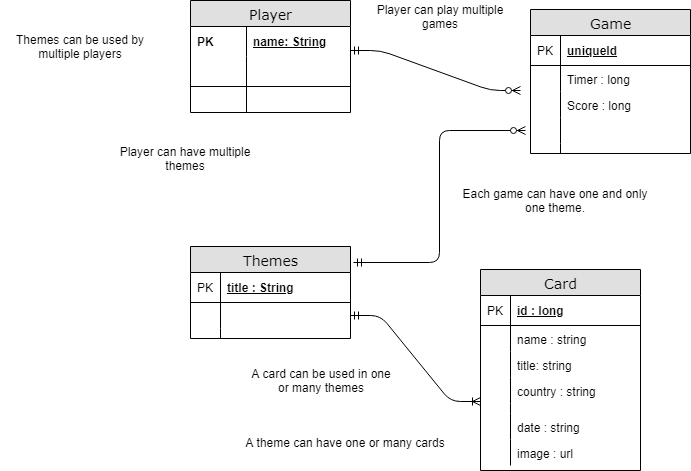
The draw.io diagram docs/memory-match-erd.png in DBrittonLinebarger/ArtGalleryMemoryMatch, before a commit. Source tidied: cells renumbered, new cells last; positions are measured from the earlier drawing's top-left corner, leaving out a move shared by most shapes.
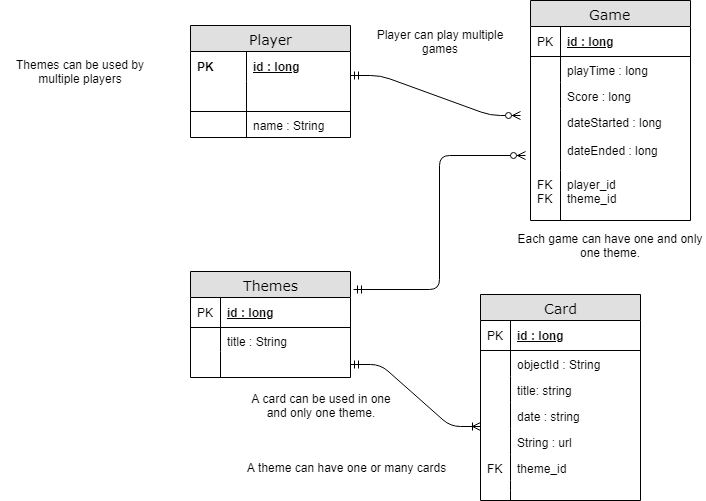
The same file after the commit.

The edit, as a diff of the source:
```diff
@@ -5,7 +5,7 @@
     <mxCell id="2" value="Player" style="swimlane;html=1;fontStyle=0;horizontal=1;startSize=26;fillColor=#e0e0e0;swimlaneFillColor=#ffffff;align=center;rounded=0;shadow=0;comic=0;labelBackgroundColor=none;strokeColor=#000000;strokeWidth=1;fontFamily=Verdana;fontSize=14;fontColor=#000000;" parent="1" vertex="1">
       <mxGeometry x="190" width="160" height="112" as="geometry" />
     </mxCell>
-    <mxCell id="3" value="name: String" style="shape=partialRectangle;top=0;left=0;right=0;bottom=0;html=1;align=left;verticalAlign=middle;fillColor=none;spacingLeft=60;spacingRight=4;whiteSpace=wrap;overflow=hidden;fontStyle=5;" parent="2" vertex="1">
+    <mxCell id="3" value="id : long" style="shape=partialRectangle;top=0;left=0;right=0;bottom=0;html=1;align=left;verticalAlign=middle;fillColor=none;spacingLeft=60;spacingRight=4;whiteSpace=wrap;overflow=hidden;fontStyle=5;" parent="2" vertex="1">
       <mxGeometry y="26" width="160" height="30" as="geometry" />
     </mxCell>
     <mxCell id="4" value="PK" style="shape=partialRectangle;fontStyle=1;top=0;left=0;bottom=0;html=1;fillColor=none;align=left;verticalAlign=middle;spacingLeft=4;spacingRight=4;whiteSpace=wrap;overflow=hidden;" parent="3" vertex="1">
@@ -17,22 +17,22 @@
     <mxCell id="6" style="shape=partialRectangle;fontStyle=1;top=0;left=0;bottom=0;html=1;fillColor=none;align=left;verticalAlign=middle;spacingLeft=4;spacingRight=4;whiteSpace=wrap;overflow=hidden;" parent="5" vertex="1">
       <mxGeometry width="56" height="30" as="geometry" />
     </mxCell>
-    <mxCell id="7" style="shape=partialRectangle;top=0;left=0;right=0;bottom=0;html=1;align=left;verticalAlign=top;fillColor=none;spacingLeft=60;spacingRight=4;whiteSpace=wrap;overflow=hidden;" parent="2" vertex="1">
+    <mxCell id="7" value="name : String" style="shape=partialRectangle;top=0;left=0;right=0;bottom=0;html=1;align=left;verticalAlign=top;fillColor=none;spacingLeft=60;spacingRight=4;whiteSpace=wrap;overflow=hidden;" parent="2" vertex="1">
       <mxGeometry y="86" width="160" height="26" as="geometry" />
     </mxCell>
     <mxCell id="8" style="shape=partialRectangle;top=0;left=0;bottom=0;html=1;fillColor=none;align=left;verticalAlign=top;spacingLeft=4;spacingRight=4;whiteSpace=wrap;overflow=hidden;" parent="7" vertex="1">
       <mxGeometry width="56" height="26" as="geometry" />
     </mxCell>
     <mxCell id="9" value="Game" style="swimlane;html=1;fontStyle=0;horizontal=1;startSize=26;fillColor=#e0e0e0;swimlaneFillColor=#ffffff;align=center;rounded=0;shadow=0;comic=0;labelBackgroundColor=none;strokeColor=#000000;strokeWidth=1;fontFamily=Verdana;fontSize=14;fontColor=#000000;swimlaneLine=1;" parent="1" vertex="1">
-      <mxGeometry x="530" y="9" width="160" height="144" as="geometry" />
+      <mxGeometry x="530" y="-25" width="160" height="220" as="geometry" />
     </mxCell>
-    <mxCell id="10" value="uniqueId" style="shape=partialRectangle;top=0;left=0;right=0;bottom=1;html=1;align=left;verticalAlign=middle;fillColor=none;spacingLeft=34;spacingRight=4;whiteSpace=wrap;overflow=hidden;fontStyle=5;" parent="9" vertex="1">
+    <mxCell id="10" value="id : long" style="shape=partialRectangle;top=0;left=0;right=0;bottom=1;html=1;align=left;verticalAlign=middle;fillColor=none;spacingLeft=34;spacingRight=4;whiteSpace=wrap;overflow=hidden;fontStyle=5;" parent="9" vertex="1">
       <mxGeometry y="26" width="160" height="30" as="geometry" />
     </mxCell>
     <mxCell id="11" value="PK" style="shape=partialRectangle;top=0;left=0;bottom=0;html=1;fillColor=none;align=left;verticalAlign=middle;spacingLeft=4;spacingRight=4;whiteSpace=wrap;overflow=hidden;" parent="10" vertex="1">
       <mxGeometry width="30" height="30" as="geometry" />
     </mxCell>
-    <mxCell id="12" value="Timer : long" style="shape=partialRectangle;top=0;left=0;right=0;bottom=0;html=1;align=left;verticalAlign=top;fillColor=none;spacingLeft=34;spacingRight=4;whiteSpace=wrap;overflow=hidden;" parent="9" vertex="1">
+    <mxCell id="12" value="playTime : long" style="shape=partialRectangle;top=0;left=0;right=0;bottom=0;html=1;align=left;verticalAlign=top;fillColor=none;spacingLeft=34;spacingRight=4;whiteSpace=wrap;overflow=hidden;" parent="9" vertex="1">
       <mxGeometry y="56" width="160" height="26" as="geometry" />
     </mxCell>
     <mxCell id="13" style="shape=partialRectangle;top=0;left=0;bottom=0;html=1;fillColor=none;align=left;verticalAlign=top;spacingLeft=4;spacingRight=4;whiteSpace=wrap;overflow=hidden;" parent="12" vertex="1">
@@ -44,41 +44,41 @@
     <mxCell id="15" style="shape=partialRectangle;top=0;left=0;bottom=0;html=1;fillColor=none;align=left;verticalAlign=top;spacingLeft=4;spacingRight=4;whiteSpace=wrap;overflow=hidden;" parent="14" vertex="1">
       <mxGeometry width="30" height="26" as="geometry" />
     </mxCell>
-    <mxCell id="16" style="shape=partialRectangle;top=0;left=0;right=0;bottom=0;html=1;align=left;verticalAlign=top;fillColor=none;spacingLeft=34;spacingRight=4;whiteSpace=wrap;overflow=hidden;" parent="9" vertex="1">
-      <mxGeometry y="108" width="160" height="26" as="geometry" />
+    <mxCell id="16" value="dateStarted : long&lt;br&gt;&lt;br&gt;dateEnded : long&lt;br&gt;" style="shape=partialRectangle;top=0;left=0;right=0;bottom=0;html=1;align=left;verticalAlign=top;fillColor=none;spacingLeft=34;spacingRight=4;whiteSpace=wrap;overflow=hidden;" parent="9" vertex="1">
+      <mxGeometry y="108" width="160" height="62" as="geometry" />
     </mxCell>
     <mxCell id="17" style="shape=partialRectangle;top=0;left=0;bottom=0;html=1;fillColor=none;align=left;verticalAlign=top;spacingLeft=4;spacingRight=4;whiteSpace=wrap;overflow=hidden;" parent="16" vertex="1">
-      <mxGeometry width="30" height="26" as="geometry" />
+      <mxGeometry width="30" height="62" as="geometry" />
     </mxCell>
-    <mxCell id="18" style="shape=partialRectangle;top=0;left=0;right=0;bottom=0;html=1;align=left;verticalAlign=top;fillColor=none;spacingLeft=34;spacingRight=4;whiteSpace=wrap;overflow=hidden;" parent="9" vertex="1">
-      <mxGeometry y="134" width="160" height="10" as="geometry" />
+    <mxCell id="18" value="player_id&lt;br&gt;theme_id&lt;br&gt;" style="shape=partialRectangle;top=0;left=0;right=0;bottom=0;html=1;align=left;verticalAlign=top;fillColor=none;spacingLeft=34;spacingRight=4;whiteSpace=wrap;overflow=hidden;" parent="9" vertex="1">
+      <mxGeometry y="170" width="160" height="50" as="geometry" />
     </mxCell>
-    <mxCell id="19" style="shape=partialRectangle;top=0;left=0;bottom=0;html=1;fillColor=none;align=left;verticalAlign=top;spacingLeft=4;spacingRight=4;whiteSpace=wrap;overflow=hidden;" parent="18" vertex="1">
-      <mxGeometry width="30" height="10" as="geometry" />
+    <mxCell id="19" value="FK&amp;nbsp;&lt;br&gt;FK&lt;br&gt;" style="shape=partialRectangle;top=0;left=0;bottom=0;html=1;fillColor=none;align=left;verticalAlign=top;spacingLeft=4;spacingRight=4;whiteSpace=wrap;overflow=hidden;" parent="18" vertex="1">
+      <mxGeometry width="30" height="50" as="geometry" />
     </mxCell>
     <mxCell id="20" value="Themes" style="swimlane;html=1;fontStyle=0;horizontal=1;startSize=26;fillColor=#e0e0e0;swimlaneFillColor=#ffffff;align=center;rounded=0;shadow=0;comic=0;labelBackgroundColor=none;strokeColor=#000000;strokeWidth=1;fontFamily=Verdana;fontSize=14;fontColor=#000000;" parent="1" vertex="1">
-      <mxGeometry x="190" y="246" width="160" height="92" as="geometry" />
+      <mxGeometry x="190" y="246" width="160" height="106" as="geometry" />
     </mxCell>
-    <mxCell id="21" value="title : String" style="shape=partialRectangle;top=0;left=0;right=0;bottom=1;html=1;align=left;verticalAlign=middle;fillColor=none;spacingLeft=34;spacingRight=4;whiteSpace=wrap;overflow=hidden;fontStyle=5;" parent="20" vertex="1">
+    <mxCell id="21" value="id : long" style="shape=partialRectangle;top=0;left=0;right=0;bottom=1;html=1;align=left;verticalAlign=middle;fillColor=none;spacingLeft=34;spacingRight=4;whiteSpace=wrap;overflow=hidden;fontStyle=5;" parent="20" vertex="1">
       <mxGeometry y="26" width="160" height="30" as="geometry" />
     </mxCell>
     <mxCell id="22" value="PK" style="shape=partialRectangle;top=0;left=0;bottom=0;html=1;fillColor=none;align=left;verticalAlign=middle;spacingLeft=4;spacingRight=4;whiteSpace=wrap;overflow=hidden;" parent="21" vertex="1">
       <mxGeometry width="30" height="30" as="geometry" />
     </mxCell>
+    <mxCell id="25" value="title : String" style="shape=partialRectangle;top=0;left=0;right=0;bottom=0;html=1;align=left;verticalAlign=top;fillColor=none;spacingLeft=34;spacingRight=4;whiteSpace=wrap;overflow=hidden;" parent="20" vertex="1">
+      <mxGeometry y="56" width="160" height="24" as="geometry" />
+    </mxCell>
+    <mxCell id="26" style="shape=partialRectangle;top=0;left=0;bottom=0;html=1;fillColor=none;align=left;verticalAlign=top;spacingLeft=4;spacingRight=4;whiteSpace=wrap;overflow=hidden;" parent="25" vertex="1">
+      <mxGeometry width="30" height="24" as="geometry" />
+    </mxCell>
     <mxCell id="23" style="shape=partialRectangle;top=0;left=0;right=0;bottom=0;html=1;align=left;verticalAlign=top;fillColor=none;spacingLeft=34;spacingRight=4;whiteSpace=wrap;overflow=hidden;points=[[0,0.5],[1,0.5]];portConstraint=eastwest;" parent="20" vertex="1">
-      <mxGeometry y="56" width="160" height="26" as="geometry" />
+      <mxGeometry y="80" width="160" height="26" as="geometry" />
     </mxCell>
     <mxCell id="24" style="shape=partialRectangle;top=0;left=0;bottom=0;html=1;fillColor=none;align=left;verticalAlign=top;spacingLeft=4;spacingRight=4;whiteSpace=wrap;overflow=hidden;" parent="23" vertex="1">
       <mxGeometry width="30" height="26" as="geometry" />
     </mxCell>
-    <mxCell id="25" style="shape=partialRectangle;top=0;left=0;right=0;bottom=0;html=1;align=left;verticalAlign=top;fillColor=none;spacingLeft=34;spacingRight=4;whiteSpace=wrap;overflow=hidden;" parent="20" vertex="1">
-      <mxGeometry y="82" width="160" height="10" as="geometry" />
-    </mxCell>
-    <mxCell id="26" style="shape=partialRectangle;top=0;left=0;bottom=0;html=1;fillColor=none;align=left;verticalAlign=top;spacingLeft=4;spacingRight=4;whiteSpace=wrap;overflow=hidden;" parent="25" vertex="1">
-      <mxGeometry width="30" height="10" as="geometry" />
-    </mxCell>
     <mxCell id="27" value="Card" style="swimlane;html=1;fontStyle=0;horizontal=1;startSize=26;fillColor=#e0e0e0;swimlaneFillColor=#ffffff;align=center;rounded=0;shadow=0;comic=0;labelBackgroundColor=none;strokeColor=#000000;strokeWidth=1;fontFamily=Verdana;fontSize=14;fontColor=#000000;" parent="1" vertex="1">
-      <mxGeometry x="480" y="269" width="160" height="201" as="geometry" />
+      <mxGeometry x="480" y="269" width="160" height="206" as="geometry" />
     </mxCell>
     <mxCell id="28" value="id : long" style="shape=partialRectangle;top=0;left=0;right=0;bottom=1;html=1;align=left;verticalAlign=middle;fillColor=none;spacingLeft=34;spacingRight=4;whiteSpace=wrap;overflow=hidden;fontStyle=5;" parent="27" vertex="1">
       <mxGeometry y="26" width="160" height="30" as="geometry" />
@@ -86,7 +86,7 @@
     <mxCell id="29" value="PK" style="shape=partialRectangle;top=0;left=0;bottom=0;html=1;fillColor=none;align=left;verticalAlign=middle;spacingLeft=4;spacingRight=4;whiteSpace=wrap;overflow=hidden;" parent="28" vertex="1">
       <mxGeometry width="30" height="30" as="geometry" />
     </mxCell>
-    <mxCell id="30" value="name : string" style="shape=partialRectangle;top=0;left=0;right=0;bottom=0;html=1;align=left;verticalAlign=top;fillColor=none;spacingLeft=34;spacingRight=4;whiteSpace=wrap;overflow=hidden;" parent="27" vertex="1">
+    <mxCell id="30" value="objectId : String" style="shape=partialRectangle;top=0;left=0;right=0;bottom=0;html=1;align=left;verticalAlign=top;fillColor=none;spacingLeft=34;spacingRight=4;whiteSpace=wrap;overflow=hidden;" parent="27" vertex="1">
       <mxGeometry y="56" width="160" height="26" as="geometry" />
     </mxCell>
     <mxCell id="31" style="shape=partialRectangle;top=0;left=0;bottom=0;html=1;fillColor=none;align=left;verticalAlign=top;spacingLeft=4;spacingRight=4;whiteSpace=wrap;overflow=hidden;" parent="30" vertex="1">
@@ -98,30 +98,36 @@
     <mxCell id="33" style="shape=partialRectangle;top=0;left=0;bottom=0;html=1;fillColor=none;align=left;verticalAlign=top;spacingLeft=4;spacingRight=4;whiteSpace=wrap;overflow=hidden;" parent="32" vertex="1">
       <mxGeometry width="30" height="26" as="geometry" />
     </mxCell>
+    <mxCell id="38" value="date : string" style="shape=partialRectangle;top=0;left=0;right=0;bottom=0;html=1;align=left;verticalAlign=top;fillColor=none;spacingLeft=34;spacingRight=4;whiteSpace=wrap;overflow=hidden;" parent="27" vertex="1">
+      <mxGeometry y="108" width="160" height="26" as="geometry" />
+    </mxCell>
+    <mxCell id="39" style="shape=partialRectangle;top=0;left=0;bottom=0;html=1;fillColor=none;align=left;verticalAlign=top;spacingLeft=4;spacingRight=4;whiteSpace=wrap;overflow=hidden;" parent="38" vertex="1">
+      <mxGeometry width="30" height="26" as="geometry" />
+    </mxCell>
+    <mxCell id="40" value="String : url" style="shape=partialRectangle;top=0;left=0;right=0;bottom=0;html=1;align=left;verticalAlign=top;fillColor=none;spacingLeft=34;spacingRight=4;whiteSpace=wrap;overflow=hidden;" parent="27" vertex="1">
+      <mxGeometry y="134" width="160" height="26" as="geometry" />
+    </mxCell>
+    <mxCell id="41" style="shape=partialRectangle;top=0;left=0;bottom=0;html=1;fillColor=none;align=left;verticalAlign=top;spacingLeft=4;spacingRight=4;whiteSpace=wrap;overflow=hidden;" parent="40" vertex="1">
+      <mxGeometry width="30" height="26" as="geometry" />
+    </mxCell>
-    <mxCell id="34" value="country : string" style="shape=partialRectangle;top=0;left=0;right=0;bottom=0;html=1;align=left;verticalAlign=top;fillColor=none;spacingLeft=34;spacingRight=4;whiteSpace=wrap;overflow=hidden;" parent="27" vertex="1">
-      <mxGeometry y="108" width="160" height="26" as="geometry" />
+    <mxCell id="34" value="theme_id" style="shape=partialRectangle;top=0;left=0;right=0;bottom=0;html=1;align=left;verticalAlign=top;fillColor=none;spacingLeft=34;spacingRight=4;whiteSpace=wrap;overflow=hidden;" parent="27" vertex="1">
+      <mxGeometry y="160" width="160" height="26" as="geometry" />
     </mxCell>
-    <mxCell id="35" style="shape=partialRectangle;top=0;left=0;bottom=0;html=1;fillColor=none;align=left;verticalAlign=top;spacingLeft=4;spacingRight=4;whiteSpace=wrap;overflow=hidden;" parent="34" vertex="1">
+    <mxCell id="35" value="FK" style="shape=partialRectangle;top=0;left=0;bottom=0;html=1;fillColor=none;align=left;verticalAlign=top;spacingLeft=4;spacingRight=4;whiteSpace=wrap;overflow=hidden;" parent="34" vertex="1">
       <mxGeometry width="30" height="26" as="geometry" />
     </mxCell>
     <mxCell id="36" style="shape=partialRectangle;top=0;left=0;right=0;bottom=0;html=1;align=left;verticalAlign=top;fillColor=none;spacingLeft=34;spacingRight=4;whiteSpace=wrap;overflow=hidden;" parent="27" vertex="1">
-      <mxGeometry y="134" width="160" height="10" as="geometry" />
+      <mxGeometry y="186" width="160" height="10" as="geometry" />
     </mxCell>
     <mxCell id="37" style="shape=partialRectangle;top=0;left=0;bottom=0;html=1;fillColor=none;align=left;verticalAlign=top;spacingLeft=4;spacingRight=4;whiteSpace=wrap;overflow=hidden;" parent="36" vertex="1">
       <mxGeometry width="30" height="10" as="geometry" />
     </mxCell>
-    <mxCell id="38" value="date : string" style="shape=partialRectangle;top=0;left=0;right=0;bottom=0;html=1;align=left;verticalAlign=top;fillColor=none;spacingLeft=34;spacingRight=4;whiteSpace=wrap;overflow=hidden;" parent="27" vertex="1">
-      <mxGeometry y="144" width="160" height="26" as="geometry" />
-    </mxCell>
-    <mxCell id="39" style="shape=partialRectangle;top=0;left=0;bottom=0;html=1;fillColor=none;align=left;verticalAlign=top;spacingLeft=4;spacingRight=4;whiteSpace=wrap;overflow=hidden;" parent="38" vertex="1">
-      <mxGeometry width="30" height="26" as="geometry" />
-    </mxCell>
-    <mxCell id="40" value="image : url" style="shape=partialRectangle;top=0;left=0;right=0;bottom=0;html=1;align=left;verticalAlign=top;fillColor=none;spacingLeft=34;spacingRight=4;whiteSpace=wrap;overflow=hidden;" parent="27" vertex="1">
-      <mxGeometry y="170" width="160" height="26" as="geometry" />
-    </mxCell>
-    <mxCell id="41" style="shape=partialRectangle;top=0;left=0;bottom=0;html=1;fillColor=none;align=left;verticalAlign=top;spacingLeft=4;spacingRight=4;whiteSpace=wrap;overflow=hidden;" parent="40" vertex="1">
-      <mxGeometry width="30" height="26" as="geometry" />
-    </mxCell>
+    <mxCell id="51" style="shape=partialRectangle;top=0;left=0;right=0;bottom=0;html=1;align=left;verticalAlign=top;fillColor=none;spacingLeft=34;spacingRight=4;whiteSpace=wrap;overflow=hidden;" parent="27" vertex="1">
+      <mxGeometry y="196" width="160" height="10" as="geometry" />
+    </mxCell>
+    <mxCell id="52" style="shape=partialRectangle;top=0;left=0;bottom=0;html=1;fillColor=none;align=left;verticalAlign=top;spacingLeft=4;spacingRight=4;whiteSpace=wrap;overflow=hidden;" parent="51" vertex="1">
+      <mxGeometry width="30" height="10" as="geometry" />
+    </mxCell>
     <mxCell id="42" style="edgeStyle=entityRelationEdgeStyle;fontSize=12;html=1;endArrow=ERoneToMany;startArrow=ERmandOne;startFill=0;exitX=1;exitY=0.5;exitDx=0;exitDy=0;" parent="1" edge="1" source="23">
       <mxGeometry relative="1" as="geometry">
         <mxPoint x="480" y="401" as="targetPoint" />
@@ -132,14 +138,11 @@
         <mxPoint x="525" y="130" as="sourcePoint" />
       </mxGeometry>
     </mxCell>
-    <mxCell id="44" value="Player can have multiple themes" style="text;html=1;strokeColor=none;fillColor=none;align=center;verticalAlign=middle;whiteSpace=wrap;rounded=0;" parent="1" vertex="1">
-      <mxGeometry x="100" y="148" width="170" height="20" as="geometry" />
-    </mxCell>
     <mxCell id="45" value="Themes can be used by multiple players" style="text;html=1;strokeColor=none;fillColor=none;align=center;verticalAlign=middle;whiteSpace=wrap;rounded=0;" parent="1" vertex="1">
       <mxGeometry y="36" width="160" height="20" as="geometry" />
     </mxCell>
     <mxCell id="46" value="Each game can have one and only one theme." style="text;html=1;strokeColor=none;fillColor=none;align=center;verticalAlign=middle;whiteSpace=wrap;rounded=0;" parent="1" vertex="1">
-      <mxGeometry x="460" y="190" width="190" height="20" as="geometry" />
+      <mxGeometry x="515" y="210" width="190" height="20" as="geometry" />
     </mxCell>
     <mxCell id="47" style="edgeStyle=entityRelationEdgeStyle;fontSize=12;html=1;endArrow=ERzeroToMany;startArrow=ERmandOne;startFill=0;endFill=1;" parent="1" edge="1">
       <mxGeometry relative="1" as="geometry">
@@ -150,7 +153,7 @@
     <mxCell id="48" value="Player can play multiple games" style="text;html=1;strokeColor=none;fillColor=none;align=center;verticalAlign=middle;whiteSpace=wrap;rounded=0;" parent="1" vertex="1">
       <mxGeometry x="375" y="6" width="130" height="20" as="geometry" />
     </mxCell>
-    <mxCell id="49" value="A card can be used in one or many themes" style="text;html=1;strokeColor=none;fillColor=none;align=center;verticalAlign=middle;whiteSpace=wrap;rounded=0;" parent="1" vertex="1">
+    <mxCell id="49" value="A card can be used in one and only one theme." style="text;html=1;strokeColor=none;fillColor=none;align=center;verticalAlign=middle;whiteSpace=wrap;rounded=0;" parent="1" vertex="1">
       <mxGeometry x="246" y="370" width="150" height="20" as="geometry" />
     </mxCell>
     <mxCell id="50" value="A theme can have one or many cards" style="text;html=1;strokeColor=none;fillColor=none;align=center;verticalAlign=middle;whiteSpace=wrap;rounded=0;" parent="1" vertex="1">
```
